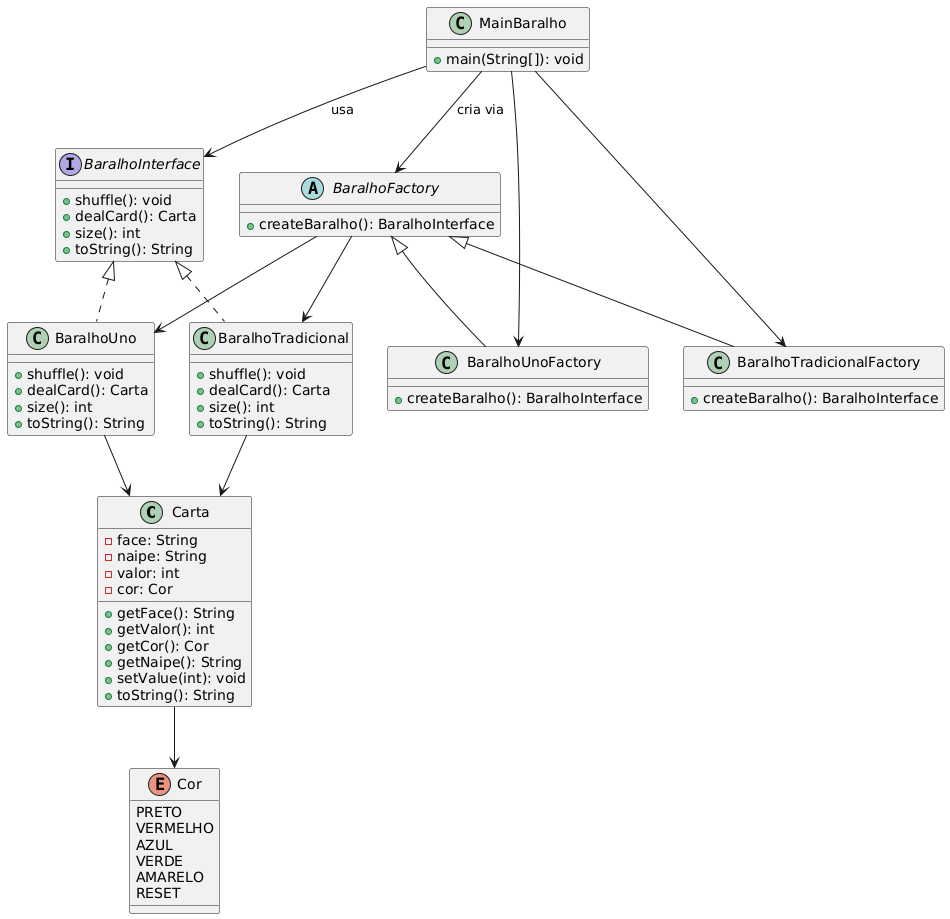
Seraphiimz/Baralhos keeps this PlantUML diagram as DC 02.png. Above is the earlier version.
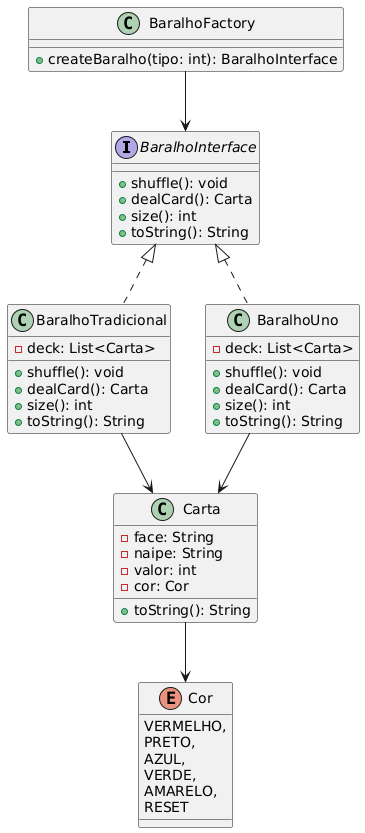
The same file after the commit.

Change to the diagram source:
```diff
@@ -1,71 +1,50 @@
 @startuml
+interface BaralhoInterface {
+    + shuffle(): void
+    + dealCard(): Carta
+    + size(): int
+    + toString(): String
+}
+
+class BaralhoTradicional implements BaralhoInterface {
+    - deck: List<Carta>
+    + shuffle(): void
+    + dealCard(): Carta
+    + size(): int
+    + toString(): String
+}
+
+class BaralhoUno implements BaralhoInterface {
+    - deck: List<Carta>
+    + shuffle(): void
+    + dealCard(): Carta
+    + size(): int
+    + toString(): String
+}
+
+class BaralhoFactory {
+    + createBaralho(tipo: int): BaralhoInterface
+}
+
 class Carta {
-  - face: String
-  - naipe: String
-  - valor: int
-  - cor: Cor
-  + getFace(): String
-  + getValor(): int
-  + getCor(): Cor
-  + getNaipe(): String
-  + setValue(int): void
-  + toString(): String
+    - face: String
+    - naipe: String
+    - valor: int
+    - cor: Cor
+    + toString(): String
 }
 
 enum Cor {
-  PRETO
-  VERMELHO
-  AZUL
-  VERDE
-  AMARELO
-  RESET
+    VERMELHO,
+    PRETO,
+    AZUL,
+    VERDE,
+    AMARELO,
+    RESET
 }
 
-Carta --> Cor
-
-interface BaralhoInterface {
-  + shuffle(): void
-  + dealCard(): Carta
-  + size(): int
-  + toString(): String
-}
-
-class BaralhoTradicional implements BaralhoInterface {
-  + shuffle(): void
-  + dealCard(): Carta
-  + size(): int
-  + toString(): String
-}
-
-class BaralhoUno implements BaralhoInterface {
-  + shuffle(): void
-  + dealCard(): Carta
-  + size(): int
-  + toString(): String
-}
-
-abstract class BaralhoFactory {
-  + createBaralho(): BaralhoInterface
-}
-
-class BaralhoTradicionalFactory extends BaralhoFactory {
-  + createBaralho(): BaralhoInterface
-}
-
-class BaralhoUnoFactory extends BaralhoFactory {
-  + createBaralho(): BaralhoInterface
-}
-
-class MainBaralho {
-  + main(String[]): void
-}
-
-MainBaralho --> BaralhoInterface : "usa"
-MainBaralho --> BaralhoFactory : "cria via"
-MainBaralho --> BaralhoTradicionalFactory
-MainBaralho --> BaralhoUnoFactory
-BaralhoFactory --> BaralhoTradicional
-BaralhoFactory --> BaralhoUno
+BaralhoFactory --> BaralhoInterface
 BaralhoTradicional --> Carta
 BaralhoUno --> Carta
+Carta --> Cor
 @enduml
```
